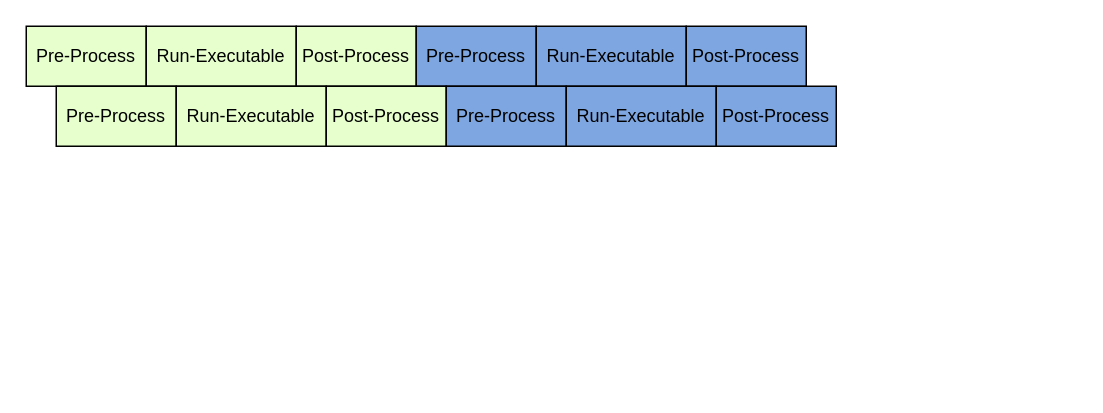
huntershuai/file_sync keeps this draw.io diagram as page "Page-4" (4 of 4) of cqm_inter_sync.drawio. Above is the earlier version. Source tidied: cells renumbered, new cells numbered last; positions are measured from the earlier drawing's top-left corner, leaving out a move shared by most shapes. Both pictures are drawn from the tidied source at 150%, with x=0, y=0 at pixel (26, 26).
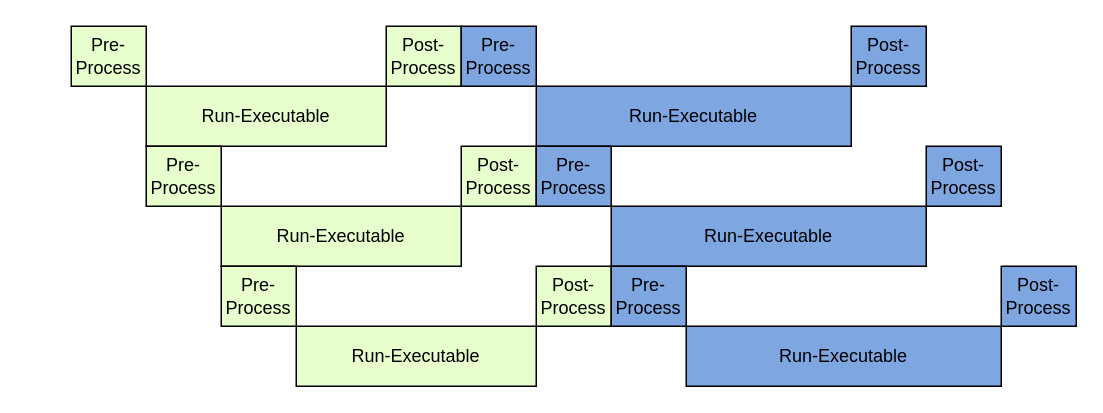
The same page after the edit.

Diff of the diagram source:
```diff
@@
 <mxGraphModel>
   <root>
     <mxCell id="0" />
     <mxCell id="1" parent="0" />
     <mxCell id="2" value="Pre-Process" style="rounded=0;whiteSpace=wrap;html=1;fillColor=#E6FFCC;" parent="1" vertex="1">
-      <mxGeometry width="80" height="40" as="geometry" />
+      <mxGeometry x="30" width="50" height="40" as="geometry" />
     </mxCell>
     <mxCell id="3" value="Run-Executable" style="rounded=0;whiteSpace=wrap;html=1;fillColor=#E6FFCC;" parent="1" vertex="1">
-      <mxGeometry x="80" width="100" height="40" as="geometry" />
+      <mxGeometry x="80" y="40" width="160" height="40" as="geometry" />
     </mxCell>
-    <mxCell id="4" value="Post-Process" style="rounded=0;whiteSpace=wrap;html=1;fillColor=#E6FFCC;" parent="1" vertex="1">
-      <mxGeometry x="180" width="80" height="40" as="geometry" />
-    </mxCell>
-    <mxCell id="5" value="Pre-Process" style="rounded=0;whiteSpace=wrap;html=1;fillColor=#7EA6E0;" parent="1" vertex="1">
-      <mxGeometry x="260" width="80" height="40" as="geometry" />
-    </mxCell>
-    <mxCell id="6" value="Run-Executable" style="rounded=0;whiteSpace=wrap;html=1;fillColor=#7EA6E0;" parent="1" vertex="1">
-      <mxGeometry x="340" width="100" height="40" as="geometry" />
-    </mxCell>
-    <mxCell id="7" value="Post-Process" style="rounded=0;whiteSpace=wrap;html=1;fillColor=#7EA6E0;" parent="1" vertex="1">
-      <mxGeometry x="440" width="80" height="40" as="geometry" />
-    </mxCell>
-    <mxCell id="8" value="Pre-Process" style="rounded=0;whiteSpace=wrap;html=1;fillColor=#E6FFCC;" parent="1" vertex="1">
-      <mxGeometry x="20" y="40" width="80" height="40" as="geometry" />
-    </mxCell>
-    <mxCell id="9" value="Run-Executable" style="rounded=0;whiteSpace=wrap;html=1;fillColor=#E6FFCC;" parent="1" vertex="1">
-      <mxGeometry x="100" y="40" width="100" height="40" as="geometry" />
-    </mxCell>
-    <mxCell id="10" value="Post-Process" style="rounded=0;whiteSpace=wrap;html=1;fillColor=#E6FFCC;" parent="1" vertex="1">
-      <mxGeometry x="200" y="40" width="80" height="40" as="geometry" />
-    </mxCell>
-    <mxCell id="11" value="Pre-Process" style="rounded=0;whiteSpace=wrap;html=1;fillColor=#7EA6E0;" parent="1" vertex="1">
-      <mxGeometry x="280" y="40" width="80" height="40" as="geometry" />
-    </mxCell>
-    <mxCell id="12" value="Run-Executable" style="rounded=0;whiteSpace=wrap;html=1;fillColor=#7EA6E0;" parent="1" vertex="1">
-      <mxGeometry x="360" y="40" width="100" height="40" as="geometry" />
-    </mxCell>
-    <mxCell id="13" value="Post-Process" style="rounded=0;whiteSpace=wrap;html=1;fillColor=#7EA6E0;" parent="1" vertex="1">
-      <mxGeometry x="460" y="40" width="80" height="40" as="geometry" />
-    </mxCell>
+    <mxCell id="14" value="Post-Process" style="rounded=0;whiteSpace=wrap;html=1;fillColor=#E6FFCC;" parent="1" vertex="1">
+      <mxGeometry x="240" width="50" height="40" as="geometry" />
+    </mxCell>
+    <mxCell id="15" value="Pre-Process" style="rounded=0;whiteSpace=wrap;html=1;fillColor=#7EA6E0;" parent="1" vertex="1">
+      <mxGeometry x="290" width="50" height="40" as="geometry" />
+    </mxCell>
+    <mxCell id="16" value="Run-Executable" style="rounded=0;whiteSpace=wrap;html=1;fillColor=#7EA6E0;" parent="1" vertex="1">
+      <mxGeometry x="340" y="40" width="210" height="40" as="geometry" />
+    </mxCell>
+    <mxCell id="17" value="Post-Process" style="rounded=0;whiteSpace=wrap;html=1;fillColor=#7EA6E0;" parent="1" vertex="1">
+      <mxGeometry x="550" width="50" height="40" as="geometry" />
+    </mxCell>
+    <mxCell id="18" value="Pre-Process" style="rounded=0;whiteSpace=wrap;html=1;fillColor=#E6FFCC;" parent="1" vertex="1">
+      <mxGeometry x="80" y="80" width="50" height="40" as="geometry" />
+    </mxCell>
+    <mxCell id="19" value="Run-Executable" style="rounded=0;whiteSpace=wrap;html=1;fillColor=#E6FFCC;" parent="1" vertex="1">
+      <mxGeometry x="130" y="120" width="160" height="40" as="geometry" />
+    </mxCell>
+    <mxCell id="20" value="Post-Process" style="rounded=0;whiteSpace=wrap;html=1;fillColor=#E6FFCC;" parent="1" vertex="1">
+      <mxGeometry x="290" y="80" width="50" height="40" as="geometry" />
+    </mxCell>
+    <mxCell id="21" value="Pre-Process" style="rounded=0;whiteSpace=wrap;html=1;fillColor=#7EA6E0;" parent="1" vertex="1">
+      <mxGeometry x="340" y="80" width="50" height="40" as="geometry" />
+    </mxCell>
+    <mxCell id="22" value="Run-Executable" style="rounded=0;whiteSpace=wrap;html=1;fillColor=#7EA6E0;" parent="1" vertex="1">
+      <mxGeometry x="390" y="120" width="210" height="40" as="geometry" />
+    </mxCell>
+    <mxCell id="23" value="Post-Process" style="rounded=0;whiteSpace=wrap;html=1;fillColor=#7EA6E0;" parent="1" vertex="1">
+      <mxGeometry x="600" y="80" width="50" height="40" as="geometry" />
+    </mxCell>
+    <mxCell id="24" value="Pre-Process" style="rounded=0;whiteSpace=wrap;html=1;fillColor=#E6FFCC;" parent="1" vertex="1">
+      <mxGeometry x="130" y="160" width="50" height="40" as="geometry" />
+    </mxCell>
+    <mxCell id="25" value="Run-Executable" style="rounded=0;whiteSpace=wrap;html=1;fillColor=#E6FFCC;" parent="1" vertex="1">
+      <mxGeometry x="180" y="200" width="160" height="40" as="geometry" />
+    </mxCell>
+    <mxCell id="26" value="Post-Process" style="rounded=0;whiteSpace=wrap;html=1;fillColor=#E6FFCC;" parent="1" vertex="1">
+      <mxGeometry x="340" y="160" width="50" height="40" as="geometry" />
+    </mxCell>
+    <mxCell id="27" value="Pre-Process" style="rounded=0;whiteSpace=wrap;html=1;fillColor=#7EA6E0;" parent="1" vertex="1">
+      <mxGeometry x="390" y="160" width="50" height="40" as="geometry" />
+    </mxCell>
+    <mxCell id="28" value="Run-Executable" style="rounded=0;whiteSpace=wrap;html=1;fillColor=#7EA6E0;" parent="1" vertex="1">
+      <mxGeometry x="440" y="200" width="210" height="40" as="geometry" />
+    </mxCell>
+    <mxCell id="29" value="Post-Process" style="rounded=0;whiteSpace=wrap;html=1;fillColor=#7EA6E0;" parent="1" vertex="1">
+      <mxGeometry x="650" y="160" width="50" height="40" as="geometry" />
+    </mxCell>
   </root>
 </mxGraphModel>
```
